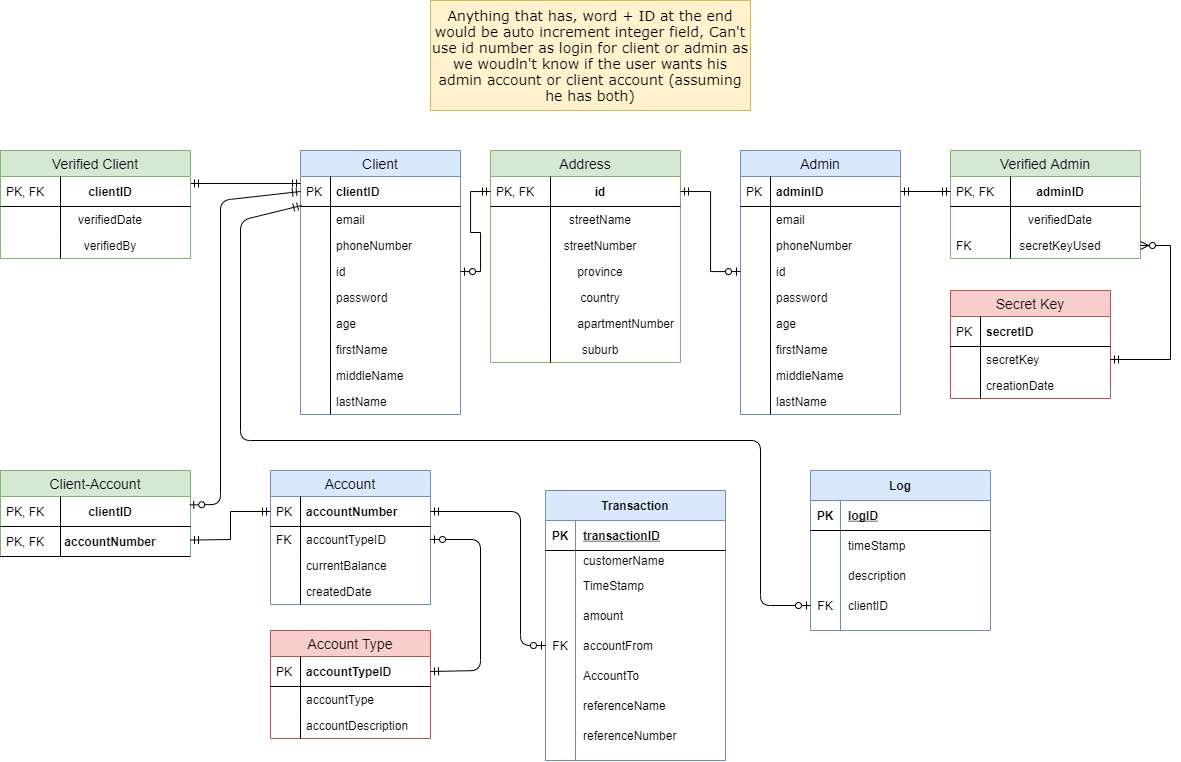
SDP-Wits/Banking-System keeps this draw.io diagram as Planning/Analysis and Design/Images/Entity Relationship Diagram/onlineDB.png. Above is the earlier version. Source tidied: cells renumbered, new cells last; positions are measured from the earlier drawing's top-left corner, leaving out a move shared by most shapes.
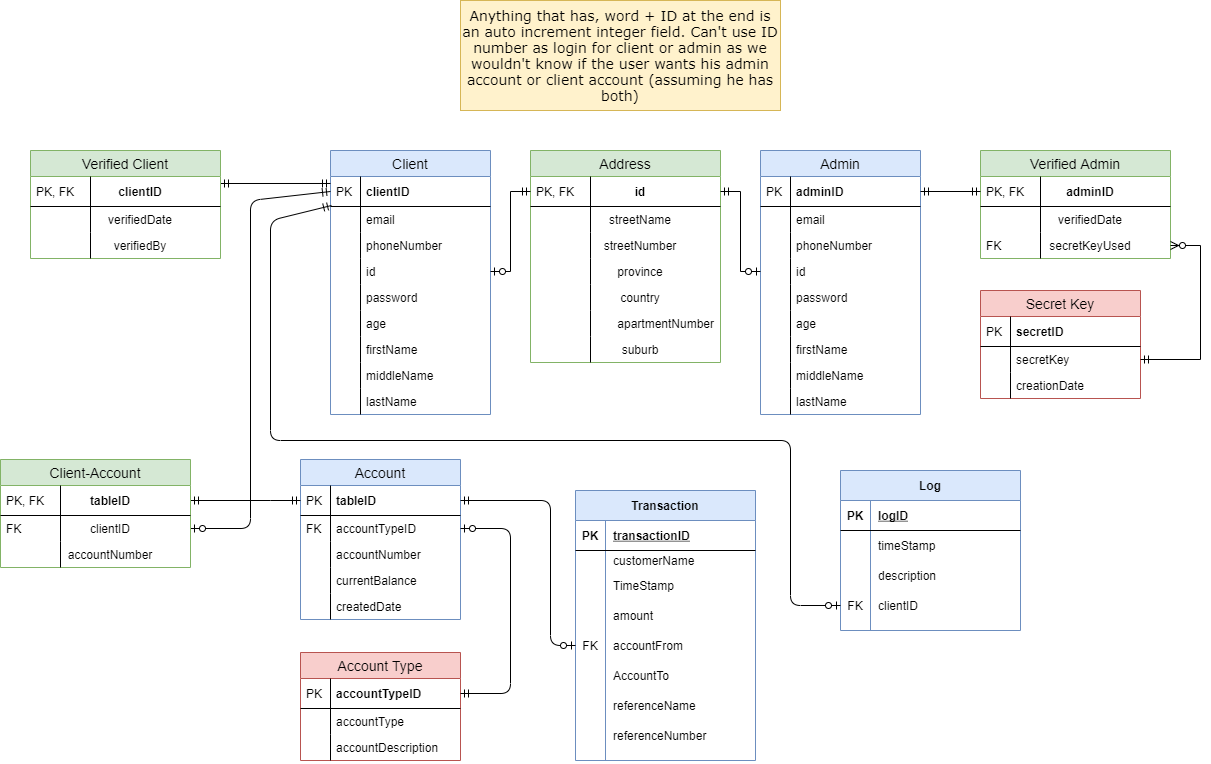
The same file after the commit.

The edit, as a diff of the source:
```diff
@@ -60,7 +60,7 @@
       <mxGeometry width="30" height="26" as="geometry" />
     </mxCell>
     <mxCell id="21" value="Address" style="swimlane;fontStyle=0;horizontal=1;startSize=26;fillColor=#d5e8d4;swimlaneFillColor=#ffffff;align=center;fontSize=14;strokeColor=#82b366;" parent="1" vertex="1">
-      <mxGeometry x="490" y="150" width="190" height="212" as="geometry" />
+      <mxGeometry x="500" y="150" width="190" height="212" as="geometry" />
     </mxCell>
     <mxCell id="22" value="id" style="shape=partialRectangle;top=0;left=0;right=0;bottom=1;align=center;verticalAlign=middle;fillColor=none;spacingLeft=34;spacingRight=4;overflow=hidden;points=[[0,0.5],[1,0.5]];portConstraint=eastwest;fontStyle=1;fontSize=12;" parent="21" vertex="1">
       <mxGeometry y="26" width="190" height="30" as="geometry" />
@@ -108,7 +108,7 @@
       <mxGeometry relative="1" as="geometry" />
     </mxCell>
     <mxCell id="37" value="Admin" style="swimlane;fontStyle=0;horizontal=1;startSize=26;fillColor=#dae8fc;swimlaneFillColor=#ffffff;align=center;fontSize=14;strokeColor=#6c8ebf;" parent="1" vertex="1">
-      <mxGeometry x="740" y="150" width="160" height="264" as="geometry" />
+      <mxGeometry x="730" y="150" width="160" height="264" as="geometry" />
     </mxCell>
     <mxCell id="38" value="adminID" style="shape=partialRectangle;top=0;left=0;right=0;bottom=1;align=left;verticalAlign=middle;fillColor=none;spacingLeft=34;spacingRight=4;overflow=hidden;points=[[0,0.5],[1,0.5]];portConstraint=eastwest;fontStyle=1;fontSize=12;" parent="37" vertex="1">
       <mxGeometry y="26" width="160" height="30" as="geometry" />
@@ -217,7 +217,7 @@
     <mxCell id="72" style="shape=partialRectangle;top=0;left=0;bottom=0;fillColor=none;align=left;verticalAlign=top;spacingLeft=4;spacingRight=4;overflow=hidden;fontSize=12;" parent="71" vertex="1">
       <mxGeometry width="30" height="26" as="geometry" />
     </mxCell>
-    <mxCell id="73" value="&lt;font face=&quot;Verdana&quot; style=&quot;font-size: 14px&quot;&gt;Anything that has, word + ID at the end would be auto increment integer field, Can't use id number as login for client or admin as we woudln't know if the user wants his admin account or client account (assuming he has both)&lt;/font&gt;" style="text;html=1;strokeColor=#d6b656;fillColor=#fff2cc;align=center;verticalAlign=middle;whiteSpace=wrap;rounded=0;" parent="1" vertex="1">
+    <mxCell id="73" value="&lt;font face=&quot;Verdana&quot;&gt;&lt;span style=&quot;font-size: 14px&quot;&gt;Anything that has, word + ID at the end is an auto increment integer field. Can't use ID number as login for client or admin as we wouldn't&amp;nbsp;know if the user wants his admin account or client account (assuming he has both)&lt;/span&gt;&lt;/font&gt;" style="text;html=1;strokeColor=#d6b656;fillColor=#fff2cc;align=center;verticalAlign=middle;whiteSpace=wrap;rounded=0;" parent="1" vertex="1">
       <mxGeometry x="430" width="320" height="110" as="geometry" />
     </mxCell>
     <mxCell id="74" style="edgeStyle=none;rounded=0;jettySize=auto;html=1;exitX=1;exitY=0.5;exitDx=0;exitDy=0;entryX=1;entryY=0.5;entryDx=0;entryDy=0;startArrow=ERzeroToMany;startFill=1;endArrow=ERmandOne;endFill=0;" parent="1" edge="1" source="62" target="69">
@@ -249,23 +249,8 @@
     <mxCell id="81" style="shape=partialRectangle;top=0;left=0;bottom=0;fillColor=none;align=left;verticalAlign=top;spacingLeft=4;spacingRight=4;overflow=hidden;fontSize=12;" parent="80" vertex="1">
       <mxGeometry width="60" height="26" as="geometry" />
     </mxCell>
-    <mxCell id="82" value="Client-Account" style="swimlane;fontStyle=0;horizontal=1;startSize=26;fillColor=#d5e8d4;swimlaneFillColor=#ffffff;align=center;fontSize=14;strokeColor=#82b366;" parent="1" vertex="1">
-      <mxGeometry y="470" width="190" height="86" as="geometry" />
-    </mxCell>
-    <mxCell id="83" value="clientID" style="shape=partialRectangle;top=0;left=0;right=0;bottom=1;align=center;verticalAlign=middle;fillColor=none;spacingLeft=34;spacingRight=4;overflow=hidden;points=[[0,0.5],[1,0.5]];portConstraint=eastwest;fontStyle=1;fontSize=12;" parent="82" vertex="1">
-      <mxGeometry y="26" width="190" height="30" as="geometry" />
-    </mxCell>
-    <mxCell id="84" value="PK, FK" style="shape=partialRectangle;top=0;left=0;bottom=0;fillColor=none;align=left;verticalAlign=middle;spacingLeft=4;spacingRight=4;overflow=hidden;fontSize=12;" parent="83" vertex="1">
-      <mxGeometry width="60" height="30" as="geometry" />
-    </mxCell>
-    <mxCell id="85" value="accountNumber" style="shape=partialRectangle;top=0;left=0;right=0;bottom=1;align=center;verticalAlign=middle;fillColor=none;spacingLeft=34;spacingRight=4;overflow=hidden;points=[[0,0.5],[1,0.5]];portConstraint=eastwest;fontStyle=1;fontSize=12;" parent="82" vertex="1">
-      <mxGeometry y="56" width="190" height="30" as="geometry" />
-    </mxCell>
-    <mxCell id="86" value="PK, FK" style="shape=partialRectangle;top=0;left=0;bottom=0;fillColor=none;align=left;verticalAlign=middle;spacingLeft=4;spacingRight=4;overflow=hidden;fontSize=12;" parent="85" vertex="1">
-      <mxGeometry width="60" height="30" as="geometry" />
-    </mxCell>
     <mxCell id="87" value="Account Type" style="swimlane;fontStyle=0;horizontal=1;startSize=26;fillColor=#f8cecc;swimlaneFillColor=#ffffff;align=center;fontSize=14;strokeColor=#b85450;" parent="1" vertex="1">
-      <mxGeometry x="270" y="630" width="160" height="108" as="geometry" />
+      <mxGeometry x="270" y="652" width="160" height="108" as="geometry" />
     </mxCell>
     <mxCell id="88" value="accountTypeID" style="shape=partialRectangle;top=0;left=0;right=0;bottom=1;align=left;verticalAlign=middle;fillColor=none;spacingLeft=34;spacingRight=4;overflow=hidden;points=[[0,0.5],[1,0.5]];portConstraint=eastwest;fontStyle=1;fontSize=12;" parent="87" vertex="1">
       <mxGeometry y="26" width="160" height="30" as="geometry" />
@@ -286,9 +271,9 @@
       <mxGeometry width="30" height="26" as="geometry" />
     </mxCell>
     <mxCell id="94" value="Account" style="swimlane;fontStyle=0;horizontal=1;startSize=26;fillColor=#dae8fc;swimlaneFillColor=#ffffff;align=center;fontSize=14;strokeColor=#6c8ebf;" parent="1" vertex="1">
-      <mxGeometry x="270" y="470" width="160" height="134" as="geometry" />
+      <mxGeometry x="270" y="459" width="160" height="160" as="geometry" />
     </mxCell>
-    <mxCell id="95" value="accountNumber" style="shape=partialRectangle;top=0;left=0;right=0;bottom=1;align=left;verticalAlign=middle;fillColor=none;spacingLeft=34;spacingRight=4;overflow=hidden;points=[[0,0.5],[1,0.5]];portConstraint=eastwest;fontStyle=1;fontSize=12;" parent="94" vertex="1">
+    <mxCell id="95" value="tableID" style="shape=partialRectangle;top=0;left=0;right=0;bottom=1;align=left;verticalAlign=middle;fillColor=none;spacingLeft=34;spacingRight=4;overflow=hidden;points=[[0,0.5],[1,0.5]];portConstraint=eastwest;fontStyle=1;fontSize=12;" parent="94" vertex="1">
       <mxGeometry y="26" width="160" height="30" as="geometry" />
     </mxCell>
     <mxCell id="96" value="PK" style="shape=partialRectangle;top=0;left=0;bottom=0;fillColor=none;align=left;verticalAlign=middle;spacingLeft=4;spacingRight=4;overflow=hidden;fontSize=12;" parent="95" vertex="1">
@@ -300,39 +285,45 @@
     <mxCell id="98" value="FK" style="shape=partialRectangle;top=0;left=0;bottom=0;fillColor=none;align=left;verticalAlign=top;spacingLeft=4;spacingRight=4;overflow=hidden;fontSize=12;" parent="97" vertex="1">
       <mxGeometry width="30" height="26" as="geometry" />
     </mxCell>
+    <mxCell id="146" value="accountNumber" style="shape=partialRectangle;top=0;left=0;right=0;bottom=0;align=left;verticalAlign=top;fillColor=none;spacingLeft=34;spacingRight=4;overflow=hidden;fontSize=12;" parent="94" vertex="1">
+      <mxGeometry y="82" width="160" height="26" as="geometry" />
+    </mxCell>
+    <mxCell id="147" style="shape=partialRectangle;top=0;left=0;bottom=0;fillColor=none;align=left;verticalAlign=top;spacingLeft=4;spacingRight=4;overflow=hidden;fontSize=12;" parent="146" vertex="1">
+      <mxGeometry width="30" height="26" as="geometry" />
+    </mxCell>
     <mxCell id="99" value="currentBalance" style="shape=partialRectangle;top=0;left=0;right=0;bottom=0;align=left;verticalAlign=top;fillColor=none;spacingLeft=34;spacingRight=4;overflow=hidden;fontSize=12;" parent="94" vertex="1">
-      <mxGeometry y="82" width="160" height="26" as="geometry" />
+      <mxGeometry y="108" width="160" height="26" as="geometry" />
     </mxCell>
     <mxCell id="100" style="shape=partialRectangle;top=0;left=0;bottom=0;fillColor=none;align=left;verticalAlign=top;spacingLeft=4;spacingRight=4;overflow=hidden;fontSize=12;" parent="99" vertex="1">
       <mxGeometry width="30" height="26" as="geometry" />
     </mxCell>
     <mxCell id="101" value="createdDate" style="shape=partialRectangle;top=0;left=0;right=0;bottom=0;align=left;verticalAlign=top;fillColor=none;spacingLeft=34;spacingRight=4;overflow=hidden;fontSize=12;" parent="94" vertex="1">
-      <mxGeometry y="108" width="160" height="26" as="geometry" />
+      <mxGeometry y="134" width="160" height="26" as="geometry" />
     </mxCell>
     <mxCell id="102" style="shape=partialRectangle;top=0;left=0;bottom=0;fillColor=none;align=left;verticalAlign=top;spacingLeft=4;spacingRight=4;overflow=hidden;fontSize=12;" parent="101" vertex="1">
       <mxGeometry width="30" height="26" as="geometry" />
     </mxCell>
-    <mxCell id="103" style="fontSize=12;html=1;endArrow=ERzeroToOne;startArrow=ERmandOne;exitX=0;exitY=0.5;exitDx=0;exitDy=0;entryX=0.996;entryY=0.28;entryDx=0;entryDy=0;entryPerimeter=0;" parent="1" edge="1" source="3" target="83">
+    <mxCell id="103" style="fontSize=12;html=1;endArrow=ERzeroToOne;startArrow=ERmandOne;exitX=0;exitY=0.5;exitDx=0;exitDy=0;" parent="1" edge="1" source="3">
       <mxGeometry relative="1" as="geometry">
+        <mxPoint x="160" y="528" as="targetPoint" />
         <Array as="points">
           <mxPoint x="220" y="200" />
-          <mxPoint x="220" y="504" />
+          <mxPoint x="220" y="528" />
         </Array>
       </mxGeometry>
     </mxCell>
-    <mxCell id="104" style="rounded=0;jettySize=auto;html=1;startArrow=ERmandOne;startFill=0;endArrow=ERmandOne;endFill=0;exitX=0;exitY=0.5;exitDx=0;exitDy=0;" parent="1" edge="1" source="95" target="85">
+    <mxCell id="104" style="rounded=0;jettySize=auto;html=1;startArrow=ERmandOne;startFill=0;endArrow=ERmandOne;endFill=0;exitX=0;exitY=0.5;exitDx=0;exitDy=0;entryX=1;entryY=0.5;entryDx=0;entryDy=0;" parent="1" edge="1" source="95" target="148">
       <mxGeometry relative="1" as="geometry">
         <Array as="points">
-          <mxPoint x="230" y="511" />
-          <mxPoint x="230" y="539" />
+          <mxPoint x="240" y="500" />
         </Array>
       </mxGeometry>
     </mxCell>
     <mxCell id="105" style="fontSize=12;html=1;endArrow=ERmandOne;startArrow=ERzeroToOne;exitX=1;exitY=0.5;exitDx=0;exitDy=0;entryX=1;entryY=0.5;entryDx=0;entryDy=0;startFill=1;endFill=0;" parent="1" edge="1" source="97" target="88">
       <mxGeometry relative="1" as="geometry">
         <Array as="points">
-          <mxPoint x="480" y="539" />
-          <mxPoint x="480" y="670" />
+          <mxPoint x="480" y="528" />
+          <mxPoint x="480" y="693" />
         </Array>
       </mxGeometry>
     </mxCell>
@@ -464,9 +455,30 @@
       <mxGeometry relative="1" as="geometry">
         <Array as="points">
           <mxPoint x="520" y="645" />
-          <mxPoint x="520" y="511" />
+          <mxPoint x="520" y="500" />
         </Array>
       </mxGeometry>
     </mxCell>
+    <mxCell id="82" value="Client-Account" style="swimlane;fontStyle=0;horizontal=1;startSize=26;fillColor=#d5e8d4;swimlaneFillColor=#ffffff;align=center;fontSize=14;strokeColor=#82b366;" parent="1" vertex="1">
+      <mxGeometry x="-30" y="459" width="190" height="108" as="geometry" />
+    </mxCell>
+    <mxCell id="148" value="tableID" style="shape=partialRectangle;top=0;left=0;right=0;bottom=1;align=center;verticalAlign=middle;fillColor=none;spacingLeft=34;spacingRight=4;overflow=hidden;points=[[0,0.5],[1,0.5]];portConstraint=eastwest;fontStyle=1;fontSize=12;" parent="82" vertex="1">
+      <mxGeometry y="26" width="190" height="30" as="geometry" />
+    </mxCell>
+    <mxCell id="149" value="PK, FK" style="shape=partialRectangle;top=0;left=0;bottom=0;fillColor=none;align=left;verticalAlign=middle;spacingLeft=4;spacingRight=4;overflow=hidden;fontSize=12;" parent="148" vertex="1">
+      <mxGeometry width="60" height="30" as="geometry" />
+    </mxCell>
+    <mxCell id="83" value="clientID" style="shape=partialRectangle;top=0;left=0;right=0;bottom=0;align=center;verticalAlign=top;fillColor=none;spacingLeft=34;spacingRight=4;overflow=hidden;points=[[0,0.5],[1,0.5]];portConstraint=eastwest;fontSize=12;" parent="82" vertex="1">
+      <mxGeometry y="56" width="190" height="26" as="geometry" />
+    </mxCell>
+    <mxCell id="150" value="FK" style="shape=partialRectangle;top=0;left=0;bottom=0;fillColor=none;align=left;verticalAlign=top;spacingLeft=4;spacingRight=4;overflow=hidden;fontSize=12;" parent="83" vertex="1">
+      <mxGeometry width="60" height="26" as="geometry" />
+    </mxCell>
+    <mxCell id="151" value="accountNumber" style="shape=partialRectangle;top=0;left=0;right=0;bottom=0;align=center;verticalAlign=top;fillColor=none;spacingLeft=34;spacingRight=4;overflow=hidden;fontSize=12;" parent="82" vertex="1">
+      <mxGeometry y="82" width="190" height="26" as="geometry" />
+    </mxCell>
+    <mxCell id="152" style="shape=partialRectangle;top=0;left=0;bottom=0;fillColor=none;align=left;verticalAlign=top;spacingLeft=4;spacingRight=4;overflow=hidden;fontSize=12;" parent="151" vertex="1">
+      <mxGeometry width="60" height="26" as="geometry" />
+    </mxCell>
   </root>
 </mxGraphModel>
```
